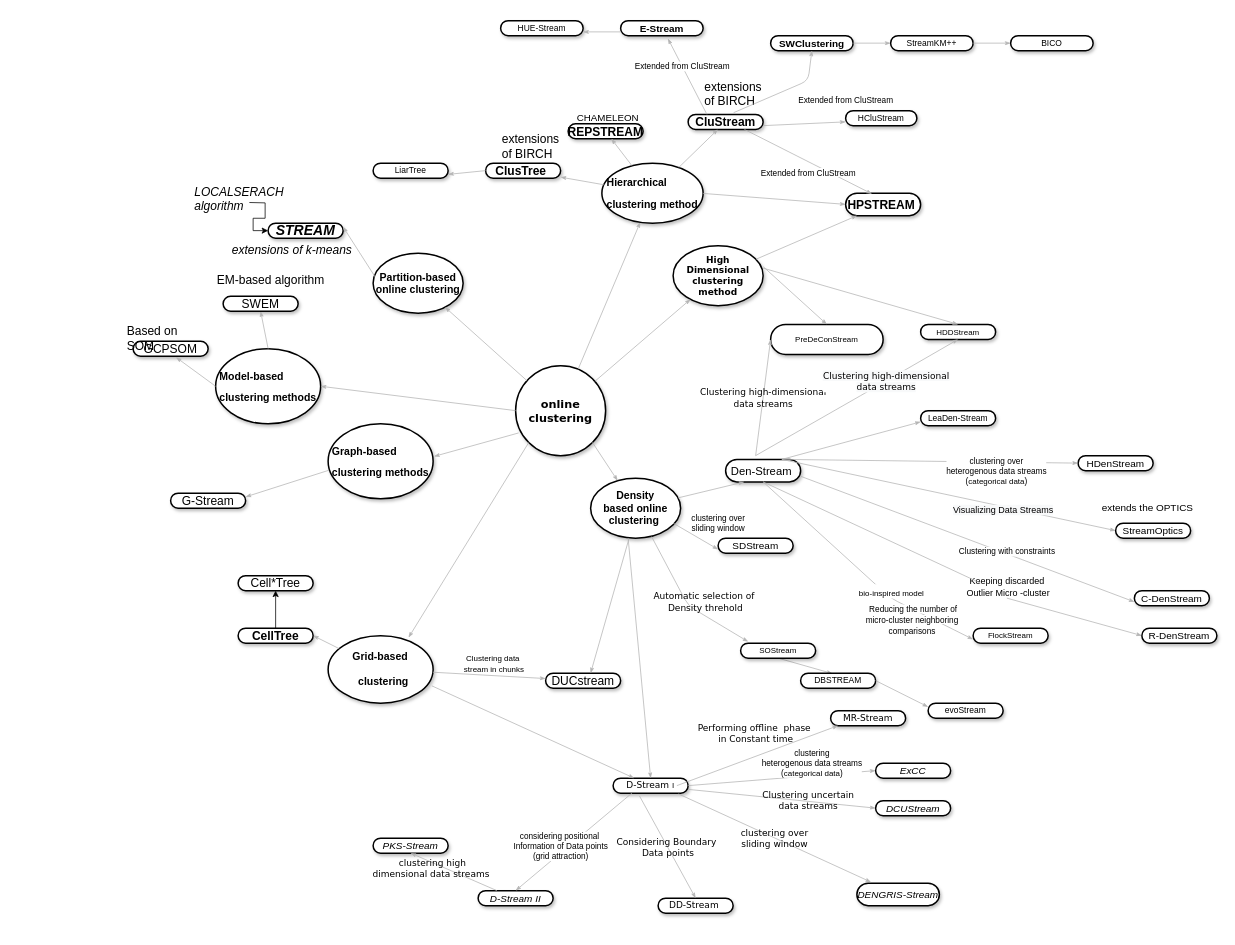
Earlier version of the draw.io diagram KnowlegeGraph_clustering.drawio (intellistream/Sesame). Source tidied: cells renumbered, new cells numbered last; positions are measured from the earlier drawing's top-left corner, leaving out a move shared by most shapes. Both pictures are drawn from the tidied source at 75%, with x=0, y=0 at pixel (125, 20).
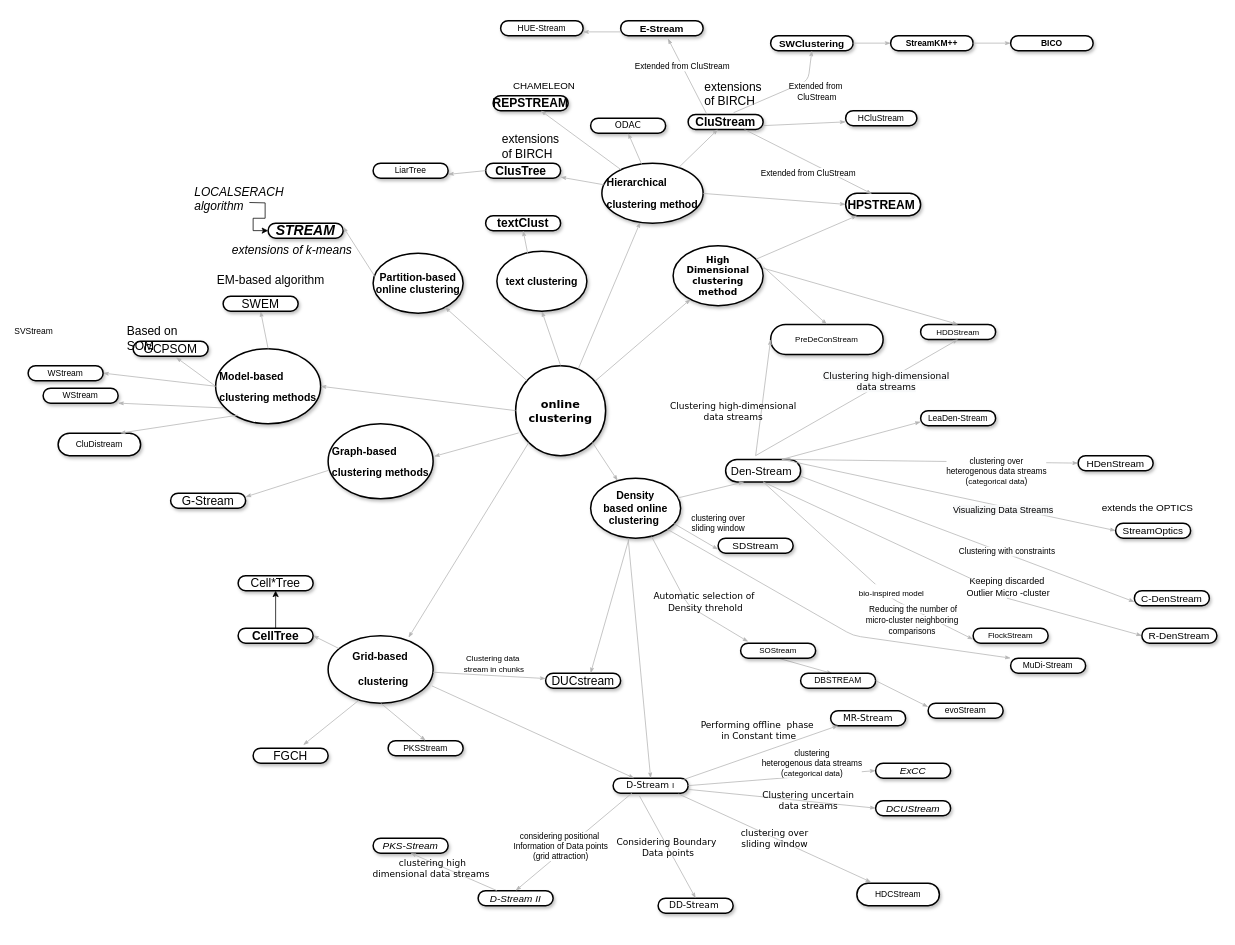
The same diagram, later.

Unchanged cells that the change refers to:
```xml
<mxCell id="3" value="&lt;p class=&quot;MsoNormal&quot; align=&quot;justify&quot; style=&quot;text-align: justify&quot;&gt;&lt;b&gt;&lt;font face=&quot;Calibri&quot; style=&quot;font-size: 14px&quot;&gt;Hierarchical&amp;nbsp;&lt;/font&gt;&lt;/b&gt;&lt;/p&gt;&lt;p class=&quot;MsoNormal&quot; align=&quot;justify&quot; style=&quot;text-align: justify&quot;&gt;&lt;b&gt;&lt;font face=&quot;Calibri&quot; style=&quot;font-size: 14px&quot;&gt;clustering method&lt;/font&gt;&lt;/b&gt;&lt;/p&gt;" style="ellipse;whiteSpace=wrap;html=1;rounded=1;shadow=1;comic=0;labelBackgroundColor=none;strokeWidth=2;fontFamily=Verdana;fontSize=12;align=center;" parent="1" vertex="1">
  <mxGeometry x="635" y="190" width="135" height="80" as="geometry" />
</mxCell>
<mxCell id="4" value="&lt;b&gt;&lt;font style=&quot;font-size: 15px&quot;&gt;online clustering&lt;/font&gt;&lt;/b&gt;" style="ellipse;whiteSpace=wrap;html=1;rounded=1;shadow=1;comic=0;labelBackgroundColor=none;strokeWidth=2;fontFamily=Verdana;fontSize=12;align=center;" parent="1" vertex="1">
  <mxGeometry x="520" y="460" width="120" height="120" as="geometry" />
</mxCell>
<mxCell id="6" value="&lt;div style=&quot;font-size: 14px&quot;&gt;&lt;span style=&quot;font-family: &amp;#34;calibri&amp;#34;&quot;&gt;&lt;font style=&quot;font-size: 14px&quot;&gt;&lt;b&gt;Density&lt;/b&gt;&lt;/font&gt;&lt;/span&gt;&lt;/div&gt;&lt;div style=&quot;font-size: 14px&quot;&gt;&lt;span style=&quot;font-family: &amp;#34;calibri&amp;#34;&quot;&gt;&lt;font style=&quot;font-size: 14px&quot;&gt;&lt;b&gt;based online clustering&amp;nbsp;&lt;/b&gt;&lt;/font&gt;&lt;/span&gt;&lt;/div&gt;" style="ellipse;whiteSpace=wrap;html=1;rounded=1;shadow=1;comic=0;labelBackgroundColor=none;strokeWidth=2;fontFamily=Verdana;fontSize=12;align=center;" parent="1" vertex="1">
  <mxGeometry x="620" y="610" width="120" height="80" as="geometry" />
</mxCell>
<mxCell id="8" value="&lt;p class=&quot;MsoNormal&quot;&gt;&lt;span style=&quot;font-size: 12.0000pt&quot;&gt;&lt;font face=&quot;Calibri&quot;&gt;&lt;b&gt;CluStream&lt;/b&gt;&lt;/font&gt;&lt;/span&gt;&lt;/p&gt;" style="whiteSpace=wrap;html=1;rounded=1;shadow=1;comic=0;labelBackgroundColor=none;strokeWidth=2;fontFamily=Verdana;fontSize=12;align=center;arcSize=50;" parent="1" vertex="1">
  <mxGeometry x="750" y="125" width="100" height="20" as="geometry" />
</mxCell>
<mxCell id="20" value="&lt;p class=&quot;MsoNormal&quot; align=&quot;justify&quot; style=&quot;text-align: justify&quot;&gt;&lt;b&gt;&lt;span style=&quot;font-family: &amp;#34;calibri&amp;#34; ; font-weight: bold&quot;&gt;&lt;font style=&quot;font-size: 14px&quot;&gt;Grid-based&lt;/font&gt;&lt;/span&gt;&lt;/b&gt;&lt;/p&gt;&lt;p class=&quot;MsoNormal&quot; align=&quot;justify&quot; style=&quot;text-align: justify&quot;&gt;&lt;b&gt;&lt;span style=&quot;font-family: &amp;#34;calibri&amp;#34; ; font-weight: bold&quot;&gt;&lt;font style=&quot;font-size: 14px&quot;&gt;&amp;nbsp; clustering&lt;/font&gt;&lt;/span&gt;&lt;/b&gt;&lt;b&gt;&lt;span style=&quot;font-family: &amp;#34;calibri&amp;#34; ; font-weight: bold ; font-size: 14.0000pt&quot;&gt;&lt;/span&gt;&lt;/b&gt;&lt;/p&gt;" style="ellipse;whiteSpace=wrap;html=1;rounded=1;shadow=1;comic=0;labelBackgroundColor=none;strokeWidth=2;fontFamily=Verdana;fontSize=12;align=center;" parent="1" vertex="1">
  <mxGeometry x="270" y="820" width="140" height="90" as="geometry" />
</mxCell>
<mxCell id="22" value="&lt;span&gt;D-Stream&amp;nbsp;&lt;/span&gt;&lt;span style=&quot;font-family: &amp;#34;cmr8&amp;#34; ; font-size: 10.6267px&quot;&gt;I&lt;/span&gt;" style="whiteSpace=wrap;html=1;rounded=1;shadow=1;comic=0;labelBackgroundColor=none;strokeWidth=2;fontFamily=Verdana;fontSize=12;align=center;arcSize=50;" parent="1" vertex="1">
  <mxGeometry x="650" y="1010" width="100" height="20" as="geometry" />
</mxCell>
<mxCell id="34" value="&lt;p class=&quot;MsoNormal&quot;&gt;&lt;span style=&quot;font-family: &amp;#34;cmr10&amp;#34; ; font-size: 13.284px ; text-align: left&quot;&gt;&lt;b&gt;SWClustering&lt;/b&gt;&lt;/span&gt;&lt;br&gt;&lt;/p&gt;" style="whiteSpace=wrap;html=1;rounded=1;shadow=1;comic=0;labelBackgroundColor=none;strokeWidth=2;fontFamily=Verdana;fontSize=12;align=center;arcSize=50;" parent="1" vertex="1">
  <mxGeometry x="860" y="20" width="110" height="20" as="geometry" />
</mxCell>
<mxCell id="43" value="&lt;p class=&quot;MsoNormal&quot; align=&quot;justify&quot; style=&quot;text-align: justify&quot;&gt;&lt;b style=&quot;font-family: &amp;#34;helvetica&amp;#34; ; text-align: left&quot;&gt;&lt;font face=&quot;Calibri&quot; style=&quot;font-size: 14px&quot;&gt;Model-based&amp;nbsp;&lt;/font&gt;&lt;/b&gt;&lt;/p&gt;&lt;p class=&quot;MsoNormal&quot; align=&quot;justify&quot; style=&quot;text-align: justify&quot;&gt;&lt;b style=&quot;font-family: &amp;#34;helvetica&amp;#34; ; text-align: left&quot;&gt;&lt;font face=&quot;Calibri&quot; style=&quot;font-size: 14px&quot;&gt;clustering methods&lt;/font&gt;&lt;/b&gt;&lt;br&gt;&lt;/p&gt;" style="ellipse;whiteSpace=wrap;html=1;rounded=1;shadow=1;comic=0;labelBackgroundColor=none;strokeWidth=2;fontFamily=Verdana;fontSize=12;align=center;" parent="1" vertex="1">
  <mxGeometry x="120" y="437.5" width="140" height="100" as="geometry" />
</mxCell>
<mxCell id="72" value="&lt;div&gt;&lt;span style=&quot;font-size: 7.97pt ; font-family: &amp;#34;cmr8&amp;#34;&quot;&gt;PreDeCon&lt;/span&gt;&lt;span style=&quot;font-family: &amp;#34;cmr8&amp;#34; ; font-size: 7.97pt&quot;&gt;Stream&lt;/span&gt;&lt;/div&gt;" style="whiteSpace=wrap;html=1;rounded=1;shadow=1;comic=0;labelBackgroundColor=none;strokeWidth=2;fontFamily=Verdana;fontSize=12;align=center;arcSize=50;" parent="1" vertex="1">
  <mxGeometry x="860" y="405" width="150" height="40" as="geometry" />
</mxCell>
```

The edit, as a diff of the source:
```diff
@@
     <mxCell id="9" value="&lt;p class=&quot;MsoNormal&quot;&gt;&lt;span style=&quot;font-family: &amp;#34;calibri&amp;#34; ; font-size: 12.0000pt&quot;&gt;&lt;b&gt;REPSTREAM&lt;/b&gt;&lt;/span&gt;&lt;/p&gt;" style="whiteSpace=wrap;html=1;rounded=1;shadow=1;comic=0;labelBackgroundColor=none;strokeWidth=2;fontFamily=Verdana;fontSize=12;align=center;arcSize=50;" parent="1" vertex="1">
-      <mxGeometry x="590" y="137.5" width="100" height="20" as="geometry" />
+      <mxGeometry x="490" y="100" width="100" height="20" as="geometry" />
     </mxCell>
@@
     <mxCell id="32" value="&lt;p class=&quot;MsoNormal&quot;&gt;&lt;font face=&quot;Calibri&quot; style=&quot;font-size: 13px&quot;&gt;CHAMELEON&lt;/font&gt;&lt;/p&gt;" style="text;whiteSpace=wrap;html=1;" parent="1" vertex="1">
-      <mxGeometry x="600" y="102.5" width="120" height="35" as="geometry" />
+      <mxGeometry x="515" y="60" width="120" height="35" as="geometry" />
     </mxCell>
@@
-    <mxCell id="66" value="&lt;br&gt;&lt;br&gt;&lt;span style=&quot;font-size: 11px ; font-family: &amp;#34;helvetica&amp;#34; ; background-color: rgb(255 , 255 , 255)&quot;&gt;Extended from CluStream&lt;/span&gt;" style="edgeStyle=none;rounded=1;html=1;labelBackgroundColor=none;startArrow=none;startFill=0;startSize=5;endArrow=classicThin;endFill=1;endSize=5;jettySize=auto;strokeColor=#B3B3B3;strokeWidth=1;fontFamily=Verdana;fontSize=12;entryX=0.5;entryY=1;entryDx=0;entryDy=0;exitX=0.606;exitY=-0.112;exitDx=0;exitDy=0;exitPerimeter=0;" parent="1" edge="1" source="8" target="34">
-      <mxGeometry x="0.46" y="-51" relative="1" as="geometry">
+    <mxCell id="66" value="&lt;br&gt;&lt;br&gt;&lt;span style=&quot;font-size: 11px ; font-family: &amp;#34;helvetica&amp;#34; ; background-color: rgb(255 , 255 , 255)&quot;&gt;Extended from&lt;br&gt;&amp;nbsp;CluStream&lt;/span&gt;" style="edgeStyle=none;rounded=1;html=1;labelBackgroundColor=none;startArrow=none;startFill=0;startSize=5;endArrow=classicThin;endFill=1;endSize=5;jettySize=auto;strokeColor=#B3B3B3;strokeWidth=1;fontFamily=Verdana;fontSize=12;entryX=0.5;entryY=1;entryDx=0;entryDy=0;exitX=0.606;exitY=-0.112;exitDx=0;exitDy=0;exitPerimeter=0;" parent="1" edge="1" source="8" target="34">
+      <mxGeometry x="0.47" y="-10" relative="1" as="geometry">
         <Array as="points">
           <mxPoint x="910" y="80" />
         </Array>
-        <mxPoint x="-1" y="4" as="offset" />
       </mxGeometry>
     </mxCell>
@@
     <mxCell id="76" value="Clustering high-dimensional &lt;br&gt;data streams" style="edgeStyle=none;rounded=1;html=1;labelBackgroundColor=none;startArrow=none;startFill=0;startSize=5;endArrow=classicThin;endFill=1;endSize=5;jettySize=auto;strokeColor=#B3B3B3;strokeWidth=1;fontFamily=Verdana;fontSize=12;entryX=0;entryY=0.5;entryDx=0;entryDy=0;" parent="1" edge="1" target="72">
-      <mxGeometry relative="1" as="geometry">
+      <mxGeometry x="-0.29" y="37" relative="1" as="geometry">
         <mxPoint x="840" y="580" as="sourcePoint" />
       </mxGeometry>
     </mxCell>
@@
-    <mxCell id="91" value="&lt;div&gt;&lt;span style=&quot;font-size: 9.963pt ; font-family: &amp;#34;cmsl10&amp;#34; ; font-style: italic&quot;&gt;DENGRIS-Stream&lt;/span&gt;&lt;/div&gt;" style="whiteSpace=wrap;html=1;rounded=1;shadow=1;comic=0;labelBackgroundColor=none;strokeWidth=2;fontFamily=Verdana;fontSize=12;align=center;arcSize=50;" parent="1" vertex="1">
+    <mxCell id="91" value="&#10;&#10;&#10;&lt;div&gt;&lt;span style=&quot;font-size: 8.4682pt ; font-family: &amp;quot;advpcourier&amp;quot; ; color: rgb(0 , 0 , 0)&quot;&gt;HDCStream&lt;/span&gt;&lt;/div&gt;&#10;&#10;&#10;" style="whiteSpace=wrap;html=1;rounded=1;shadow=1;comic=0;labelBackgroundColor=none;strokeWidth=2;fontFamily=Verdana;fontSize=12;align=center;arcSize=50;" parent="1" vertex="1">
       <mxGeometry x="975" y="1150" width="110" height="30" as="geometry" />
     </mxCell>
@@
-    <mxCell id="112" value="Performing offline&amp;nbsp; phase&amp;nbsp;&lt;br&gt;in Constant time" style="edgeStyle=none;rounded=1;html=1;labelBackgroundColor=none;startArrow=none;startFill=0;startSize=5;endArrow=classicThin;endFill=1;endSize=5;jettySize=auto;orthogonalLoop=1;strokeColor=#B3B3B3;strokeWidth=1;fontFamily=Verdana;fontSize=12;exitX=0.75;exitY=0;exitDx=0;exitDy=0;" parent="1" edge="1">
+    <mxCell id="112" value="Performing offline&amp;nbsp; phase&amp;nbsp;&lt;br&gt;in Constant time" style="edgeStyle=none;rounded=1;html=1;labelBackgroundColor=none;startArrow=none;startFill=0;startSize=5;endArrow=classicThin;endFill=1;endSize=5;jettySize=auto;strokeColor=#B3B3B3;strokeWidth=1;fontFamily=Verdana;fontSize=12;exitX=0.932;exitY=0.11;exitDx=0;exitDy=0;exitPerimeter=0;" parent="1" edge="1" source="22">
       <mxGeometry x="0.07" y="29" relative="1" as="geometry">
-        <mxPoint x="735" y="1020" as="sourcePoint" />
         <mxPoint x="950" y="940" as="targetPoint" />
       </mxGeometry>
     </mxCell>
@@
-    <mxCell id="114" value="&lt;div&gt;&lt;span style=&quot;font-size: 8.4682pt ; font-family: &amp;#34;advpcourier&amp;#34;&quot;&gt;StreamKM&lt;/span&gt;&lt;span style=&quot;font-size: 8.4682pt&quot;&gt;&lt;font face=&quot;AdvTir_symb&quot;&gt;++&lt;/font&gt;&lt;/span&gt;&lt;/div&gt;" style="whiteSpace=wrap;html=1;rounded=1;shadow=1;comic=0;labelBackgroundColor=none;strokeWidth=2;fontFamily=Verdana;fontSize=12;align=center;arcSize=50;" parent="1" vertex="1">
+    <mxCell id="114" value="&lt;div&gt;&lt;b&gt;&lt;span style=&quot;font-size: 8.4682pt ; font-family: &amp;#34;advpcourier&amp;#34;&quot;&gt;StreamKM&lt;/span&gt;&lt;span style=&quot;font-size: 8.4682pt&quot;&gt;&lt;font face=&quot;AdvTir_symb&quot;&gt;++&lt;/font&gt;&lt;/span&gt;&lt;/b&gt;&lt;/div&gt;" style="whiteSpace=wrap;html=1;rounded=1;shadow=1;comic=0;labelBackgroundColor=none;strokeWidth=2;fontFamily=Verdana;fontSize=12;align=center;arcSize=50;" parent="1" vertex="1">
       <mxGeometry x="1020" y="20" width="110" height="20" as="geometry" />
     </mxCell>
-    <mxCell id="115" value="&lt;div&gt;&lt;font face=&quot;advpcourier&quot;&gt;&lt;span style=&quot;font-size: 11.2909px&quot;&gt;BICO&lt;/span&gt;&lt;/font&gt;&lt;/div&gt;" style="whiteSpace=wrap;html=1;rounded=1;shadow=1;comic=0;labelBackgroundColor=none;strokeWidth=2;fontFamily=Verdana;fontSize=12;align=center;arcSize=50;" parent="1" vertex="1">
+    <mxCell id="115" value="&lt;div&gt;&lt;font face=&quot;advpcourier&quot;&gt;&lt;span style=&quot;font-size: 11.2909px&quot;&gt;&lt;b&gt;BICO&lt;/b&gt;&lt;/span&gt;&lt;/font&gt;&lt;/div&gt;" style="whiteSpace=wrap;html=1;rounded=1;shadow=1;comic=0;labelBackgroundColor=none;strokeWidth=2;fontFamily=Verdana;fontSize=12;align=center;arcSize=50;" parent="1" vertex="1">
       <mxGeometry x="1180" y="20" width="110" height="20" as="geometry" />
     </mxCell>
@@
+    <mxCell id="128" value="&lt;p class=&quot;MsoNormal&quot;&gt;&lt;span style=&quot;font-family: &amp;#34;helvetica&amp;#34; ; text-align: left&quot;&gt;&lt;span style=&quot;font-size: 12pt&quot;&gt;&lt;font face=&quot;Calibri&quot;&gt;FGCH&lt;/font&gt;&lt;/span&gt;&lt;/span&gt;&lt;br&gt;&lt;/p&gt;" style="whiteSpace=wrap;html=1;rounded=1;shadow=1;comic=0;labelBackgroundColor=none;strokeWidth=2;fontFamily=Verdana;fontSize=12;align=center;arcSize=50;" parent="1" vertex="1">
+      <mxGeometry x="170" y="970" width="100" height="20" as="geometry" />
+    </mxCell>
+    <mxCell id="129" style="edgeStyle=none;rounded=1;html=1;labelBackgroundColor=none;startArrow=none;startFill=0;startSize=5;endArrow=classicThin;endFill=1;endSize=5;jettySize=auto;strokeColor=#B3B3B3;strokeWidth=1;fontFamily=Verdana;fontSize=12;entryX=0.668;entryY=-0.21;entryDx=0;entryDy=0;exitX=0.289;exitY=0.962;exitDx=0;exitDy=0;exitPerimeter=0;entryPerimeter=0;" parent="1" edge="1" source="20" target="128">
+      <mxGeometry relative="1" as="geometry" />
+    </mxCell>
+    <mxCell id="130" value="&lt;p class=&quot;MsoNormal&quot;&gt;&lt;span style=&quot;font-family: &amp;#34;advpcourier&amp;#34; ; font-size: 11.2909px ; text-align: left&quot;&gt;PKSStream&lt;/span&gt;&lt;br&gt;&lt;/p&gt;" style="whiteSpace=wrap;html=1;rounded=1;shadow=1;comic=0;labelBackgroundColor=none;strokeWidth=2;fontFamily=Verdana;fontSize=12;align=center;arcSize=50;" parent="1" vertex="1">
+      <mxGeometry x="350" y="960" width="100" height="20" as="geometry" />
+    </mxCell>
+    <mxCell id="131" style="edgeStyle=none;rounded=1;html=1;labelBackgroundColor=none;startArrow=none;startFill=0;startSize=5;endArrow=classicThin;endFill=1;endSize=5;jettySize=auto;strokeColor=#B3B3B3;strokeWidth=1;fontFamily=Verdana;fontSize=12;entryX=0.5;entryY=0;entryDx=0;entryDy=0;exitX=0.5;exitY=1;exitDx=0;exitDy=0;" parent="1" edge="1" source="20" target="130">
+      <mxGeometry relative="1" as="geometry" />
+    </mxCell>
+    <mxCell id="132" value="&lt;div style=&quot;text-align: left&quot;&gt;&lt;span style=&quot;font-family: &amp;#34;advpcourier&amp;#34; ; font-size: 11.2909px&quot;&gt;MuDi-Stream&lt;/span&gt;&lt;br&gt;&lt;/div&gt;" style="whiteSpace=wrap;html=1;rounded=1;shadow=1;comic=0;labelBackgroundColor=none;strokeWidth=2;fontFamily=Verdana;fontSize=12;align=center;arcSize=50;" parent="1" vertex="1">
+      <mxGeometry x="1180" y="850" width="100" height="20" as="geometry" />
+    </mxCell>
+    <mxCell id="133" style="edgeStyle=none;rounded=1;html=1;labelBackgroundColor=none;startArrow=none;startFill=0;startSize=5;endArrow=classicThin;endFill=1;endSize=5;jettySize=auto;strokeColor=#B3B3B3;strokeWidth=1;fontFamily=Verdana;fontSize=12;exitX=1;exitY=1;exitDx=0;exitDy=0;entryX=0;entryY=0;entryDx=0;entryDy=0;" parent="1" edge="1" source="6" target="132">
+      <mxGeometry relative="1" as="geometry">
+        <Array as="points">
+          <mxPoint x="970" y="820" />
+        </Array>
+      </mxGeometry>
+    </mxCell>
+    <mxCell id="134" value="&lt;p class=&quot;MsoNormal&quot;&gt;&lt;span style=&quot;font-family: &amp;#34;advpcourier&amp;#34; ; font-size: 11.2909px ; text-align: left&quot;&gt;WStream&lt;/span&gt;&lt;br&gt;&lt;/p&gt;" style="whiteSpace=wrap;html=1;rounded=1;shadow=1;comic=0;labelBackgroundColor=none;strokeWidth=2;fontFamily=Verdana;fontSize=12;align=center;arcSize=50;" parent="1" vertex="1">
+      <mxGeometry x="-110" y="490" width="100" height="20" as="geometry" />
+    </mxCell>
+    <mxCell id="135" style="edgeStyle=none;rounded=1;html=1;labelBackgroundColor=none;startArrow=none;startFill=0;startSize=5;endArrow=classicThin;endFill=1;endSize=5;jettySize=auto;strokeColor=#B3B3B3;strokeWidth=1;fontFamily=Verdana;fontSize=12;exitX=0.074;exitY=0.789;exitDx=0;exitDy=0;entryX=1;entryY=1;entryDx=0;entryDy=0;exitPerimeter=0;" parent="1" edge="1" source="43" target="134">
+      <mxGeometry relative="1" as="geometry" />
+    </mxCell>
+    <mxCell id="136" value="&lt;p class=&quot;MsoNormal&quot;&gt;&lt;span style=&quot;font-family: &amp;#34;advpcourier&amp;#34; ; font-size: 11.2909px ; text-align: left&quot;&gt;CluDistream&lt;/span&gt;&lt;br&gt;&lt;/p&gt;" style="whiteSpace=wrap;html=1;rounded=1;shadow=1;comic=0;labelBackgroundColor=none;strokeWidth=2;fontFamily=Verdana;fontSize=12;align=center;arcSize=50;" parent="1" vertex="1">
+      <mxGeometry x="-90" y="550" width="110" height="30" as="geometry" />
+    </mxCell>
+    <mxCell id="137" style="edgeStyle=none;rounded=1;html=1;labelBackgroundColor=none;startArrow=none;startFill=0;startSize=5;endArrow=classicThin;endFill=1;endSize=5;jettySize=auto;strokeColor=#B3B3B3;strokeWidth=1;fontFamily=Verdana;fontSize=12;entryX=0.75;entryY=0;entryDx=0;entryDy=0;" parent="1" edge="1" target="136">
+      <mxGeometry relative="1" as="geometry">
+        <mxPoint x="150" y="526" as="sourcePoint" />
+      </mxGeometry>
+    </mxCell>
+    <mxCell id="138" value="&lt;div&gt;&lt;span style=&quot;font-size: 8.4682pt ; font-family: &amp;quot;advpcourier&amp;quot; ; color: rgb(0 , 0 , 0)&quot;&gt;SVStream&lt;/span&gt;&lt;/div&gt;" style="text;whiteSpace=wrap;html=1;" parent="1" vertex="1">
+      <mxGeometry x="-150" y="400" width="80" height="30" as="geometry" />
+    </mxCell>
+    <mxCell id="139" value="&lt;p class=&quot;MsoNormal&quot;&gt;&lt;span style=&quot;font-family: &amp;#34;advpcourier&amp;#34; ; font-size: 11.2909px ; text-align: left&quot;&gt;WStream&lt;/span&gt;&lt;br&gt;&lt;/p&gt;" style="whiteSpace=wrap;html=1;rounded=1;shadow=1;comic=0;labelBackgroundColor=none;strokeWidth=2;fontFamily=Verdana;fontSize=12;align=center;arcSize=50;" parent="1" vertex="1">
+      <mxGeometry x="-130" y="460" width="100" height="20" as="geometry" />
+    </mxCell>
+    <mxCell id="140" style="edgeStyle=none;rounded=1;html=1;labelBackgroundColor=none;startArrow=none;startFill=0;startSize=5;endArrow=classicThin;endFill=1;endSize=5;jettySize=auto;strokeColor=#B3B3B3;strokeWidth=1;fontFamily=Verdana;fontSize=12;exitX=0;exitY=0.5;exitDx=0;exitDy=0;entryX=1;entryY=0.5;entryDx=0;entryDy=0;" parent="1" edge="1" source="43" target="139">
+      <mxGeometry relative="1" as="geometry" />
+    </mxCell>
+    <mxCell id="141" value="&lt;p class=&quot;MsoNormal&quot;&gt;ODAC&lt;br&gt;&lt;/p&gt;" style="whiteSpace=wrap;html=1;rounded=1;shadow=1;comic=0;labelBackgroundColor=none;strokeWidth=2;fontFamily=Verdana;fontSize=12;align=center;arcSize=50;" parent="1" vertex="1">
+      <mxGeometry x="620" y="130" width="100" height="20" as="geometry" />
+    </mxCell>
+    <mxCell id="142" style="edgeStyle=none;rounded=1;html=1;labelBackgroundColor=none;startArrow=none;startFill=0;startSize=5;endArrow=classicThin;endFill=1;endSize=5;jettySize=auto;strokeColor=#B3B3B3;strokeWidth=1;fontFamily=Verdana;fontSize=12;entryX=0.5;entryY=1;entryDx=0;entryDy=0;exitX=0.394;exitY=0.023;exitDx=0;exitDy=0;exitPerimeter=0;" parent="1" edge="1" source="3" target="141">
+      <mxGeometry relative="1" as="geometry" />
+    </mxCell>
+    <mxCell id="143" value="&lt;p class=&quot;MsoNormal&quot;&gt;&lt;font face=&quot;calibri&quot;&gt;&lt;span style=&quot;font-size: 16px&quot;&gt;&lt;b&gt;textClust&lt;/b&gt;&lt;/span&gt;&lt;/font&gt;&lt;/p&gt;" style="whiteSpace=wrap;html=1;rounded=1;shadow=1;comic=0;labelBackgroundColor=none;strokeWidth=2;fontFamily=Verdana;fontSize=12;align=center;arcSize=50;" parent="1" vertex="1">
+      <mxGeometry x="480" y="260" width="100" height="20" as="geometry" />
+    </mxCell>
+    <mxCell id="144" value="&lt;p class=&quot;MsoNormal&quot;&gt;&lt;b&gt;&lt;span&gt;&lt;font face=&quot;Calibri&quot; style=&quot;font-size: 14px&quot;&gt;text clustering&lt;/font&gt;&lt;/span&gt;&lt;/b&gt;&lt;/p&gt;" style="ellipse;whiteSpace=wrap;html=1;rounded=1;shadow=1;comic=0;labelBackgroundColor=none;strokeWidth=2;fontFamily=Verdana;fontSize=12;align=center;" parent="1" vertex="1">
+      <mxGeometry x="495" y="307.5" width="120" height="80" as="geometry" />
+    </mxCell>
+    <mxCell id="145" style="edgeStyle=none;rounded=1;html=1;labelBackgroundColor=none;startArrow=none;startFill=0;startSize=5;endArrow=classicThin;endFill=1;endSize=5;jettySize=auto;strokeColor=#B3B3B3;strokeWidth=1;fontFamily=Verdana;fontSize=12;exitX=0.5;exitY=0;exitDx=0;exitDy=0;entryX=0.5;entryY=1;entryDx=0;entryDy=0;" parent="1" edge="1" source="4" target="144">
+      <mxGeometry relative="1" as="geometry" />
+    </mxCell>
+    <mxCell id="146" style="edgeStyle=none;rounded=1;html=1;labelBackgroundColor=none;startArrow=none;startFill=0;startSize=5;endArrow=classicThin;endFill=1;endSize=5;jettySize=auto;strokeColor=#B3B3B3;strokeWidth=1;fontFamily=Verdana;fontSize=12;exitX=0.343;exitY=0.04;exitDx=0;exitDy=0;entryX=0.5;entryY=1;entryDx=0;entryDy=0;exitPerimeter=0;" parent="1" edge="1" source="144" target="143">
+      <mxGeometry relative="1" as="geometry" />
+    </mxCell>
```
